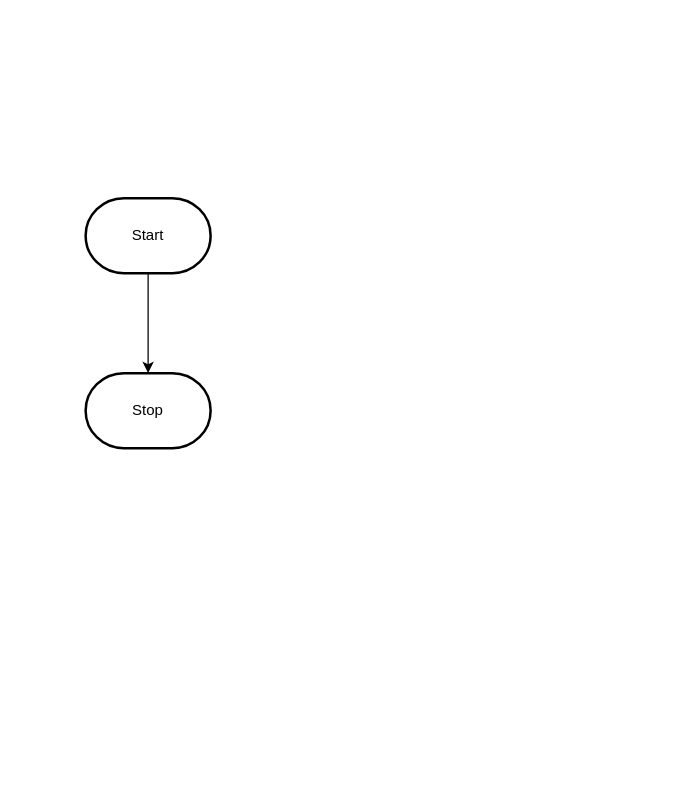
The draw.io diagram design/flowchart.drawio in MTHS-ICD2O-1-2023/ICD2O-Unit-6-04-George-Khalil-29, before the edit. Source tidied: cells renumbered, new cells numbered last; positions are measured from the earlier drawing's top-left corner, leaving out a move shared by most shapes. Both pictures are drawn from the tidied source at 125%, with x=0, y=0 at pixel (85, 198).
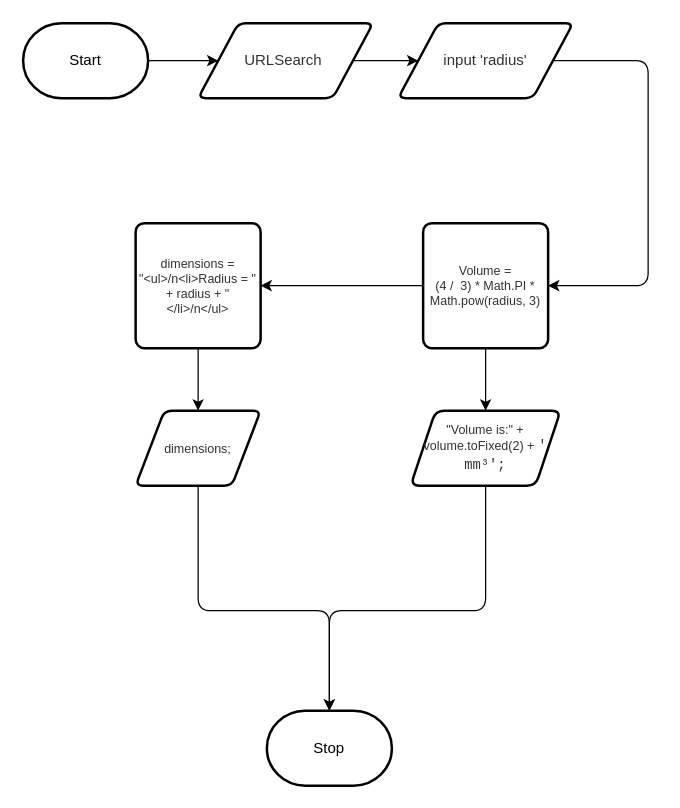
The same diagram, later.

Diff of the diagram source:
```diff
@@
-    <mxCell id="2" style="edgeStyle=orthogonalEdgeStyle;html=1;rounded=0;" parent="1" edge="1" source="3" target="4">
-      <mxGeometry relative="1" as="geometry" />
-    </mxCell>
+    <mxCell id="5" style="edgeStyle=none;html=1;fontColor=#333333;" parent="1" edge="1" source="3" target="2">
+      <mxGeometry relative="1" as="geometry" />
+    </mxCell>
     <mxCell id="3" value="Start" style="strokeWidth=2;html=1;shape=mxgraph.flowchart.terminator;whiteSpace=wrap;" parent="1" vertex="1">
-      <mxGeometry width="100" height="60" as="geometry" />
+      <mxGeometry x="-50" y="-140" width="100" height="60" as="geometry" />
     </mxCell>
     <mxCell id="4" value="Stop" style="strokeWidth=2;html=1;shape=mxgraph.flowchart.terminator;whiteSpace=wrap;" parent="1" vertex="1">
-      <mxGeometry y="140" width="100" height="60" as="geometry" />
+      <mxGeometry x="145" y="410" width="100" height="60" as="geometry" />
     </mxCell>
+    <mxCell id="6" style="edgeStyle=none;html=1;fontColor=#333333;" parent="1" edge="1" source="2" target="8">
+      <mxGeometry relative="1" as="geometry" />
+    </mxCell>
+    <mxCell id="2" value="URLSearch&amp;nbsp;" style="shape=parallelogram;html=1;strokeWidth=2;perimeter=parallelogramPerimeter;whiteSpace=wrap;rounded=1;arcSize=12;size=0.23;fontColor=#333333;" parent="1" vertex="1">
+      <mxGeometry x="90" y="-140" width="140" height="60" as="geometry" />
+    </mxCell>
+    <mxCell id="7" style="edgeStyle=none;html=1;entryX=1;entryY=0.5;entryDx=0;entryDy=0;fontSize=10;fontColor=#333333;" parent="1" edge="1" source="8" target="11">
+      <mxGeometry relative="1" as="geometry">
+        <Array as="points">
+          <mxPoint x="450" y="-110" />
+          <mxPoint x="450" y="70" />
+        </Array>
+      </mxGeometry>
+    </mxCell>
+    <mxCell id="8" value="input 'radius'" style="shape=parallelogram;html=1;strokeWidth=2;perimeter=parallelogramPerimeter;whiteSpace=wrap;rounded=1;arcSize=12;size=0.23;fontColor=#333333;" parent="1" vertex="1">
+      <mxGeometry x="250" y="-140" width="140" height="60" as="geometry" />
+    </mxCell>
+    <mxCell id="9" style="edgeStyle=none;html=1;fontSize=10;fontColor=#333333;" parent="1" edge="1" source="11" target="13">
+      <mxGeometry relative="1" as="geometry" />
+    </mxCell>
+    <mxCell id="10" style="edgeStyle=none;html=1;fontSize=10;fontColor=#333333;" parent="1" edge="1" source="11" target="17">
+      <mxGeometry relative="1" as="geometry" />
+    </mxCell>
+    <mxCell id="11" value="Volume =&lt;br&gt;(4 /&amp;nbsp; 3) * Math.PI * Math.pow(radius, 3)" style="rounded=1;whiteSpace=wrap;html=1;absoluteArcSize=1;arcSize=14;strokeWidth=2;fontSize=10;fontColor=#333333;" parent="1" vertex="1">
+      <mxGeometry x="270" y="20" width="100" height="100" as="geometry" />
+    </mxCell>
+    <mxCell id="12" style="edgeStyle=none;html=1;fontSize=10;fontColor=#333333;" parent="1" edge="1" source="13" target="15">
+      <mxGeometry relative="1" as="geometry" />
+    </mxCell>
+    <mxCell id="13" value="dimensions =&lt;br&gt;&quot;&amp;lt;ul&amp;gt;/n&amp;lt;li&amp;gt;Radius = &quot; + radius + &quot;&amp;lt;/li&amp;gt;/n&amp;lt;/ul&amp;gt;" style="rounded=1;whiteSpace=wrap;html=1;absoluteArcSize=1;arcSize=14;strokeWidth=2;fontSize=10;fontColor=#333333;" parent="1" vertex="1">
+      <mxGeometry x="40" y="20" width="100" height="100" as="geometry" />
+    </mxCell>
+    <mxCell id="14" style="edgeStyle=none;html=1;fontSize=11;fontColor=#FFFFFF;entryX=0.5;entryY=0;entryDx=0;entryDy=0;entryPerimeter=0;" parent="1" edge="1" source="15" target="4">
+      <mxGeometry relative="1" as="geometry">
+        <Array as="points">
+          <mxPoint x="90" y="330" />
+          <mxPoint x="195" y="330" />
+        </Array>
+      </mxGeometry>
+    </mxCell>
+    <mxCell id="15" value="dimensions;" style="shape=parallelogram;html=1;strokeWidth=2;perimeter=parallelogramPerimeter;whiteSpace=wrap;rounded=1;arcSize=12;size=0.23;fontSize=10;fontColor=#333333;" parent="1" vertex="1">
+      <mxGeometry x="40" y="170" width="100" height="60" as="geometry" />
+    </mxCell>
+    <mxCell id="16" style="edgeStyle=none;html=1;entryX=0.5;entryY=0;entryDx=0;entryDy=0;entryPerimeter=0;fontSize=11;fontColor=#FFFFFF;" parent="1" edge="1" source="17" target="4">
+      <mxGeometry relative="1" as="geometry">
+        <Array as="points">
+          <mxPoint x="320" y="330" />
+          <mxPoint x="195" y="330" />
+        </Array>
+      </mxGeometry>
+    </mxCell>
+    <mxCell id="17" value="&lt;font&gt;&quot;Volume is:&quot; + volume.toFixed(2) +&lt;font style=&quot;font-size: 11px;&quot;&gt;&amp;nbsp;&lt;span style=&quot;&quot; id=&quot;docs-internal-guid-61d066b8-7fff-3584-79f9-0dfbc6c90c91&quot;&gt;&lt;span style=&quot;font-family: Consolas, sans-serif; font-variant-numeric: normal; font-variant-east-asian: normal; font-variant-alternates: normal; font-variant-position: normal; vertical-align: baseline;&quot;&gt;' mm³&lt;/span&gt;&lt;span style=&quot;font-family: Consolas, sans-serif; font-variant-numeric: normal; font-variant-east-asian: normal; font-variant-alternates: normal; font-variant-position: normal; vertical-align: baseline;&quot;&gt;';&lt;/span&gt;&lt;/span&gt;&lt;/font&gt;&lt;/font&gt;" style="shape=parallelogram;perimeter=parallelogramPerimeter;whiteSpace=wrap;html=1;fixedSize=1;fontSize=10;rounded=1;arcSize=14;strokeWidth=2;fontColor=#333333;" parent="1" vertex="1">
+      <mxGeometry x="260" y="170" width="120" height="60" as="geometry" />
+    </mxCell>
```
